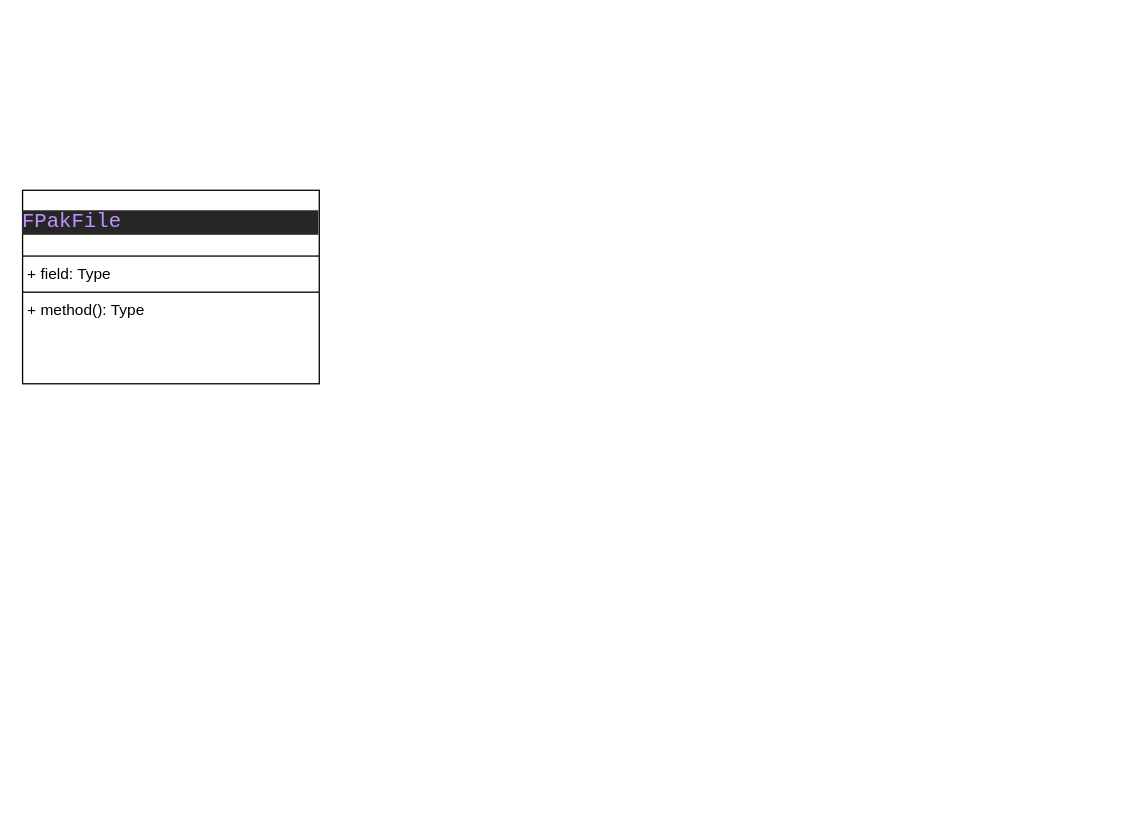
This is page "文件类UML" (3 of 3) of UE资源管理.drawio from ling-shixi/meta, a draw.io file, before an edit. Source tidied: cells renumbered, new cells numbered last; positions are measured from the earlier drawing's top-left corner, leaving out a move shared by most shapes. Both pictures are drawn from the tidied source at 129%, with x=0, y=0 at pixel (22, 190).
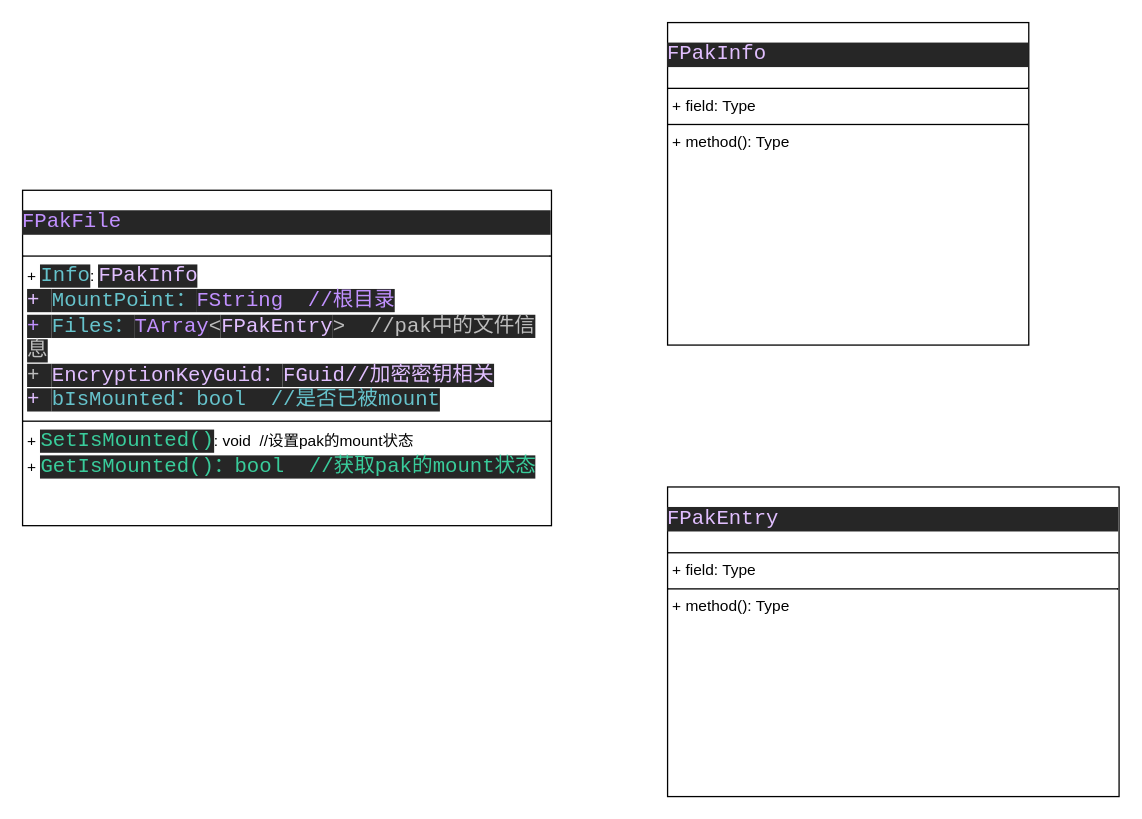
After the change.

Diff of the diagram source:
```diff
@@
 <mxGraphModel>
   <root>
     <mxCell id="0" />
     <mxCell id="1" parent="0" />
-    <mxCell id="2" value="&lt;div style=&quot;background-color:#262626;color:#d0d0d0&quot;&gt;&lt;pre style=&quot;font-family:'JetBrains Mono',monospace;font-size:12.0pt;&quot;&gt;&lt;span style=&quot;color:#c191ff;&quot;&gt;FPakFile&lt;/span&gt;&lt;/pre&gt;&lt;/div&gt;&lt;hr size=&quot;1&quot; style=&quot;border-style:solid;&quot;&gt;&lt;p style=&quot;margin:0px;margin-left:4px;&quot;&gt;+ field: Type&lt;/p&gt;&lt;hr size=&quot;1&quot; style=&quot;border-style:solid;&quot;&gt;&lt;p style=&quot;margin:0px;margin-left:4px;&quot;&gt;+ method(): Type&lt;/p&gt;" style="verticalAlign=top;align=left;overflow=fill;html=1;whiteSpace=wrap;" parent="1" vertex="1">
-      <mxGeometry width="230" height="150" as="geometry" />
+    <mxCell id="2" value="&lt;div style=&quot;background-color: rgb(38, 38, 38); color: rgb(208, 208, 208);&quot;&gt;&lt;pre style=&quot;font-family:'JetBrains Mono',monospace;font-size:12.0pt;&quot;&gt;&lt;span style=&quot;color: rgb(193, 145, 255);&quot;&gt;FPakFile&lt;/span&gt;&lt;/pre&gt;&lt;/div&gt;&lt;hr size=&quot;1&quot; style=&quot;border-style:solid;&quot;&gt;&lt;p style=&quot;margin:0px;margin-left:4px;&quot;&gt;+&amp;nbsp;&lt;span style=&quot;color: rgb(102, 195, 204); font-family: &amp;quot;JetBrains Mono&amp;quot;, monospace; font-size: 12pt; background-color: rgb(38, 38, 38);&quot;&gt;Info&lt;/span&gt;&lt;span style=&quot;background-color: transparent; color: light-dark(rgb(0, 0, 0), rgb(255, 255, 255));&quot;&gt;:&amp;nbsp;&lt;/span&gt;&lt;span style=&quot;color: rgb(225, 191, 255); font-family: &amp;quot;JetBrains Mono&amp;quot;, monospace; font-size: 12pt; background-color: rgb(38, 38, 38);&quot;&gt;FPakInfo&lt;/span&gt;&lt;/p&gt;&lt;p style=&quot;margin:0px;margin-left:4px;&quot;&gt;&lt;span style=&quot;color: rgb(225, 191, 255); font-family: &amp;quot;JetBrains Mono&amp;quot;, monospace; font-size: 12pt; background-color: rgb(38, 38, 38);&quot;&gt;+&amp;nbsp;&lt;/span&gt;&lt;span style=&quot;color: rgb(102, 195, 204); font-family: &amp;quot;JetBrains Mono&amp;quot;, monospace; font-size: 12pt; background-color: rgb(38, 38, 38);&quot;&gt;MountPoint：&lt;/span&gt;&lt;span style=&quot;color: rgb(193, 145, 255); font-family: &amp;quot;JetBrains Mono&amp;quot;, monospace; font-size: 12pt; background-color: rgb(38, 38, 38);&quot;&gt;FString&amp;nbsp; //根目录&lt;/span&gt;&lt;/p&gt;&lt;p style=&quot;margin:0px;margin-left:4px;&quot;&gt;&lt;span style=&quot;color: rgb(193, 145, 255); font-family: &amp;quot;JetBrains Mono&amp;quot;, monospace; font-size: 12pt; background-color: rgb(38, 38, 38);&quot;&gt;+&amp;nbsp;&lt;/span&gt;&lt;span style=&quot;color: rgb(102, 195, 204); font-family: &amp;quot;JetBrains Mono&amp;quot;, monospace; font-size: 12pt; background-color: rgb(38, 38, 38);&quot;&gt;Files：&lt;/span&gt;&lt;span style=&quot;font-family: &amp;quot;JetBrains Mono&amp;quot;, monospace; font-size: 12pt; background-color: rgb(38, 38, 38); color: rgb(193, 145, 255);&quot;&gt;TArray&lt;/span&gt;&lt;span style=&quot;font-family: &amp;quot;JetBrains Mono&amp;quot;, monospace; font-size: 12pt; background-color: rgb(38, 38, 38); color: rgb(189, 189, 189);&quot;&gt;&amp;lt;&lt;/span&gt;&lt;span style=&quot;font-family: &amp;quot;JetBrains Mono&amp;quot;, monospace; font-size: 12pt; background-color: rgb(38, 38, 38); color: rgb(225, 191, 255);&quot;&gt;FPakEntry&lt;/span&gt;&lt;span style=&quot;font-family: &amp;quot;JetBrains Mono&amp;quot;, monospace; font-size: 12pt; background-color: rgb(38, 38, 38); color: rgb(189, 189, 189);&quot;&gt;&amp;gt;&amp;nbsp; //pak中的文件信息&lt;/span&gt;&lt;/p&gt;&lt;p style=&quot;margin:0px;margin-left:4px;&quot;&gt;&lt;span style=&quot;font-family: &amp;quot;JetBrains Mono&amp;quot;, monospace; font-size: 12pt; background-color: rgb(38, 38, 38); color: rgb(189, 189, 189);&quot;&gt;+&amp;nbsp;&lt;/span&gt;&lt;span style=&quot;color: rgb(225, 191, 255); font-family: &amp;quot;JetBrains Mono&amp;quot;, monospace; font-size: 12pt; background-color: rgb(38, 38, 38);&quot;&gt;EncryptionKeyGuid：&lt;/span&gt;&lt;span style=&quot;color: rgb(225, 191, 255); font-family: &amp;quot;JetBrains Mono&amp;quot;, monospace; font-size: 12pt; background-color: rgb(38, 38, 38);&quot;&gt;FGuid//加密密钥相关&lt;/span&gt;&lt;/p&gt;&lt;p style=&quot;margin:0px;margin-left:4px;&quot;&gt;&lt;span style=&quot;color: rgb(225, 191, 255); font-family: &amp;quot;JetBrains Mono&amp;quot;, monospace; font-size: 12pt; background-color: rgb(38, 38, 38);&quot;&gt;+&amp;nbsp;&lt;/span&gt;&lt;span style=&quot;color: rgb(102, 195, 204); font-family: &amp;quot;JetBrains Mono&amp;quot;, monospace; font-size: 12pt; background-color: rgb(38, 38, 38);&quot;&gt;bIsMounted：bool&amp;nbsp; //是否已被mount&lt;/span&gt;&lt;/p&gt;&lt;hr size=&quot;1&quot; style=&quot;border-style:solid;&quot;&gt;&lt;p style=&quot;margin:0px;margin-left:4px;&quot;&gt;+&amp;nbsp;&lt;span style=&quot;color: rgb(57, 204, 155); font-family: &amp;quot;JetBrains Mono&amp;quot;, monospace; font-size: 12pt; background-color: rgb(38, 38, 38);&quot;&gt;SetIsMounted()&lt;/span&gt;&lt;span style=&quot;background-color: transparent; color: light-dark(rgb(0, 0, 0), rgb(255, 255, 255));&quot;&gt;: void&amp;nbsp; //设置pak的mount状态&lt;/span&gt;&lt;/p&gt;&lt;p style=&quot;margin:0px;margin-left:4px;&quot;&gt;&lt;span style=&quot;background-color: transparent; color: light-dark(rgb(0, 0, 0), rgb(255, 255, 255));&quot;&gt;+&amp;nbsp;&lt;/span&gt;&lt;span style=&quot;color: rgb(57, 204, 155); font-family: &amp;quot;JetBrains Mono&amp;quot;, monospace; font-size: 12pt; background-color: rgb(38, 38, 38);&quot;&gt;GetIsMounted()：bool&amp;nbsp; //获取pak的mount状态&lt;/span&gt;&lt;/p&gt;" style="verticalAlign=top;align=left;overflow=fill;html=1;whiteSpace=wrap;" parent="1" vertex="1">
+      <mxGeometry width="410" height="260" as="geometry" />
     </mxCell>
+    <mxCell id="3" value="&lt;div style=&quot;background-color:#262626;color:#d0d0d0&quot;&gt;&lt;pre style=&quot;font-family:'JetBrains Mono',monospace;font-size:12.0pt;&quot;&gt;&lt;span style=&quot;color:#e1bfff;&quot;&gt;FPakInfo&lt;/span&gt;&lt;/pre&gt;&lt;/div&gt;&lt;hr size=&quot;1&quot; style=&quot;border-style:solid;&quot;&gt;&lt;p style=&quot;margin:0px;margin-left:4px;&quot;&gt;+ field: Type&lt;/p&gt;&lt;hr size=&quot;1&quot; style=&quot;border-style:solid;&quot;&gt;&lt;p style=&quot;margin:0px;margin-left:4px;&quot;&gt;+ method(): Type&lt;/p&gt;" style="verticalAlign=top;align=left;overflow=fill;html=1;whiteSpace=wrap;" parent="1" vertex="1">
+      <mxGeometry x="500" y="-130" width="280" height="250" as="geometry" />
+    </mxCell>
+    <mxCell id="4" value="&lt;div style=&quot;background-color:#262626;color:#d0d0d0&quot;&gt;&lt;pre style=&quot;font-family:'JetBrains Mono',monospace;font-size:12.0pt;&quot;&gt;&lt;span style=&quot;color:#e1bfff;&quot;&gt;FPakEntry&lt;/span&gt;&lt;/pre&gt;&lt;/div&gt;&lt;hr size=&quot;1&quot; style=&quot;border-style:solid;&quot;&gt;&lt;p style=&quot;margin:0px;margin-left:4px;&quot;&gt;+ field: Type&lt;/p&gt;&lt;hr size=&quot;1&quot; style=&quot;border-style:solid;&quot;&gt;&lt;p style=&quot;margin:0px;margin-left:4px;&quot;&gt;+ method(): Type&lt;/p&gt;" style="verticalAlign=top;align=left;overflow=fill;html=1;whiteSpace=wrap;" parent="1" vertex="1">
+      <mxGeometry x="500" y="230" width="350" height="240" as="geometry" />
+    </mxCell>
   </root>
 </mxGraphModel>
```
